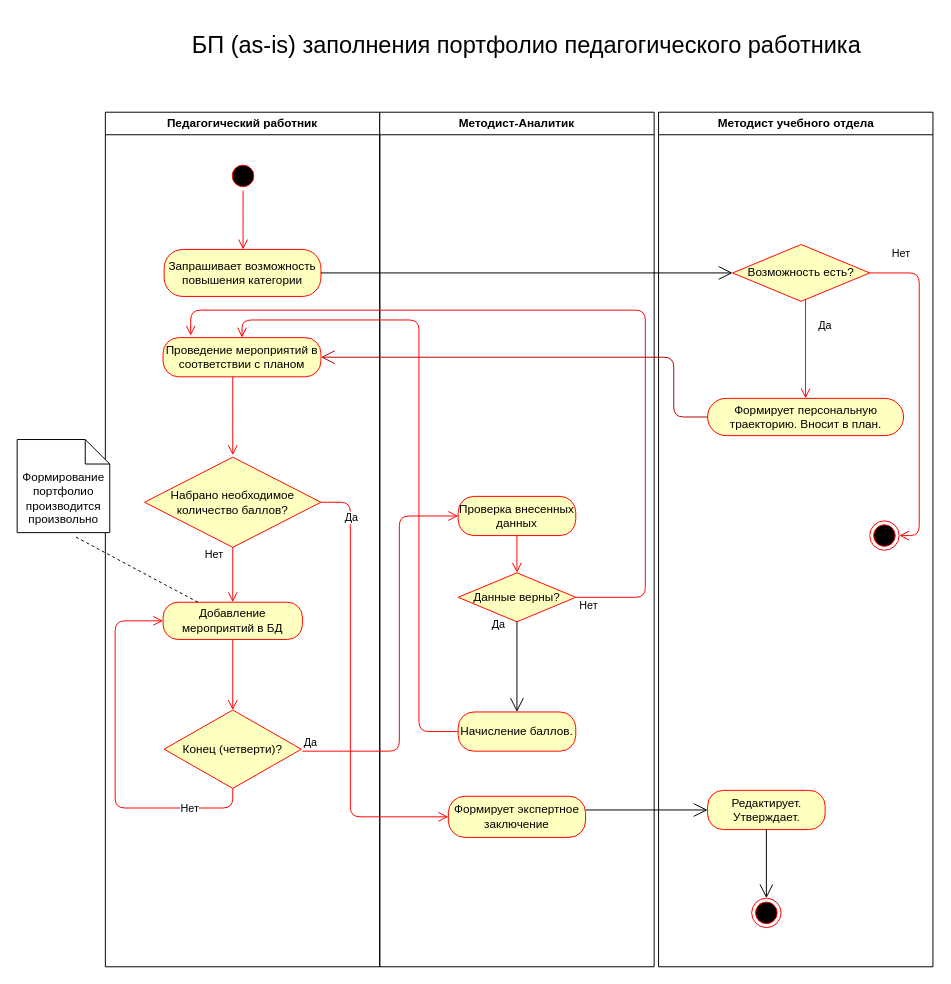
This is Ведение портфолио.drawio from Alexk80/keywords, a draw.io file, before an edit. Source tidied: cells renumbered, new cells numbered last; positions are measured from the earlier drawing's top-left corner, leaving out a move shared by most shapes. Both pictures are drawn from the tidied source at 98%, with x=0, y=0 at pixel (17, 35).
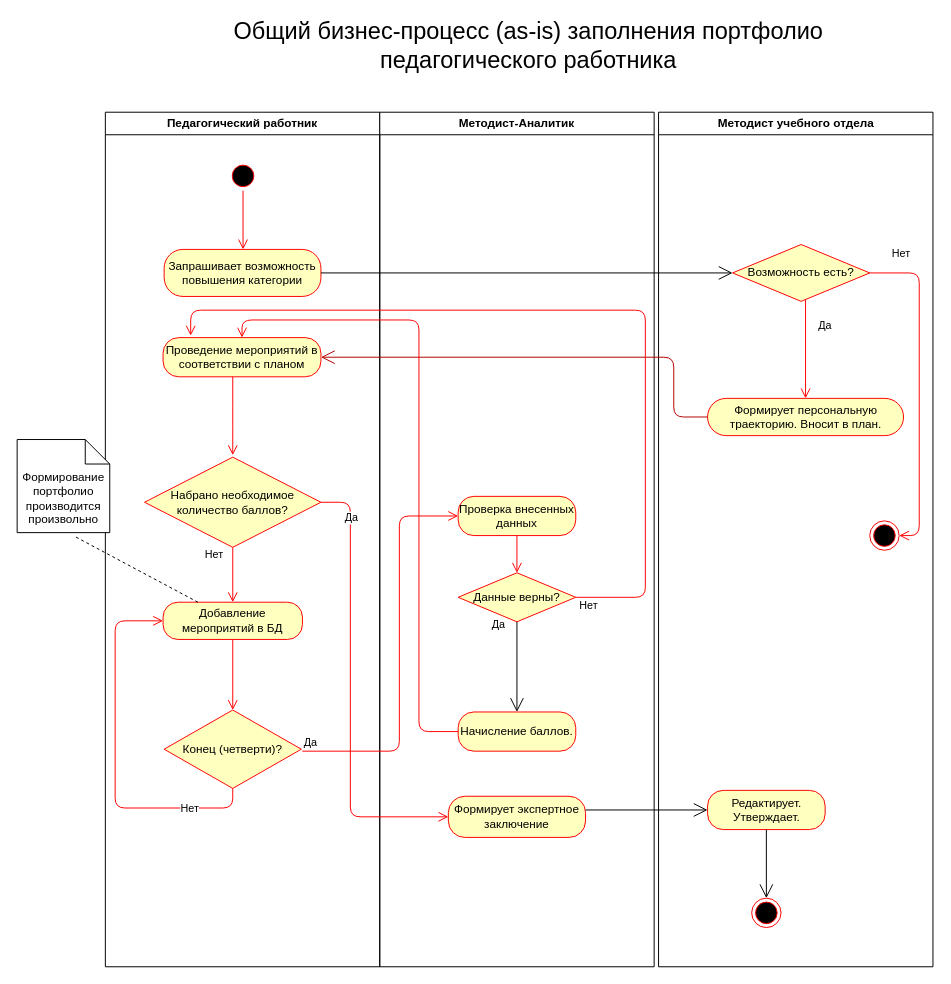
After the change.

The edit, as a diff of the source:
```diff
@@
-    <mxCell id="33" value="&lt;font style=&quot;font-size: 24px&quot;&gt;БП (as-is) заполнения портфолио педагогического работника&lt;/font&gt;" style="text;html=1;strokeColor=none;fillColor=none;align=center;verticalAlign=middle;whiteSpace=wrap;rounded=0;" parent="1" vertex="1">
-      <mxGeometry x="130" width="780" height="20" as="geometry" />
+    <mxCell id="33" value="&lt;font style=&quot;font-size: 24px&quot;&gt;Общий бизнес-процесс (as-is) заполнения портфолио педагогического работника&lt;/font&gt;" style="text;html=1;strokeColor=none;fillColor=none;align=center;verticalAlign=middle;whiteSpace=wrap;rounded=0;" parent="1" vertex="1">
+      <mxGeometry x="132" width="780" height="20" as="geometry" />
     </mxCell>
```
